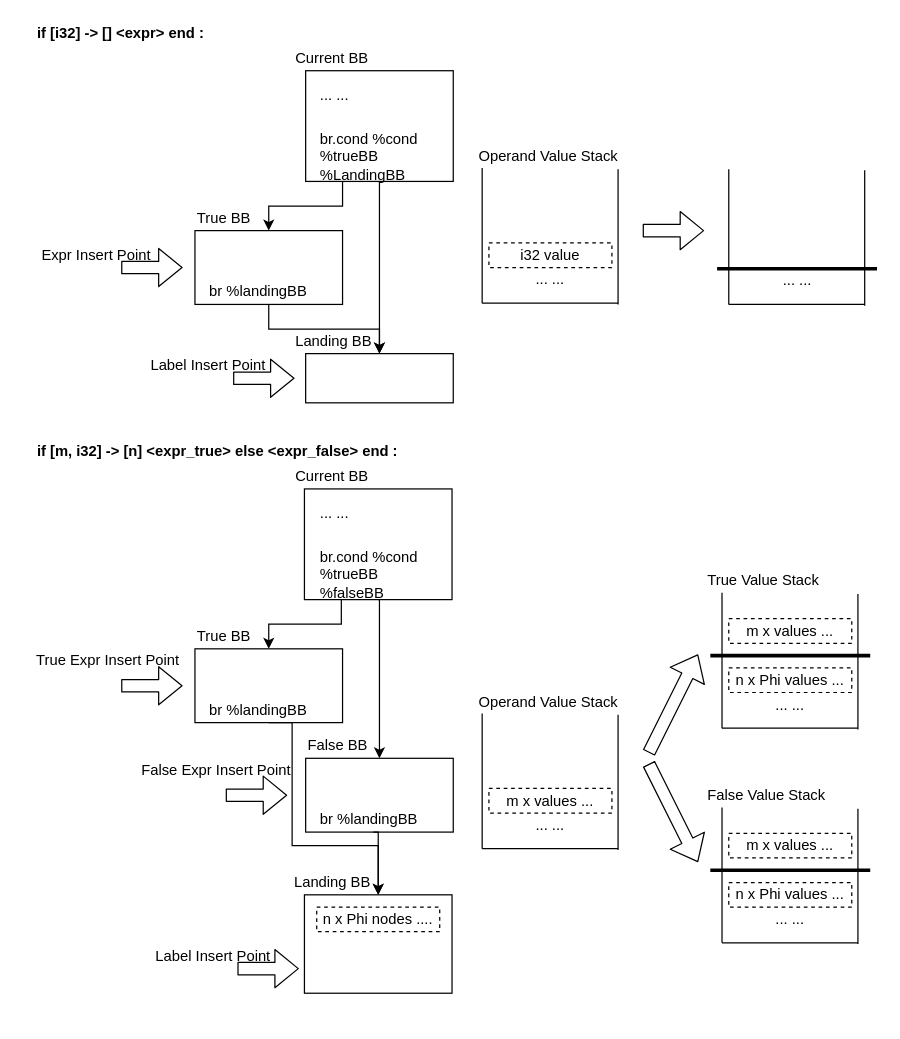
This is Images/4.MIR/translate-if.drawio from NineKa/sable-wasm-thesis, a draw.io file, before an edit. Source tidied: cells renumbered, new cells numbered last; positions are measured from the earlier drawing's top-left corner, leaving out a move shared by most shapes. Both pictures are drawn from the tidied source at 123%, with x=0, y=0 at pixel (34, 21).
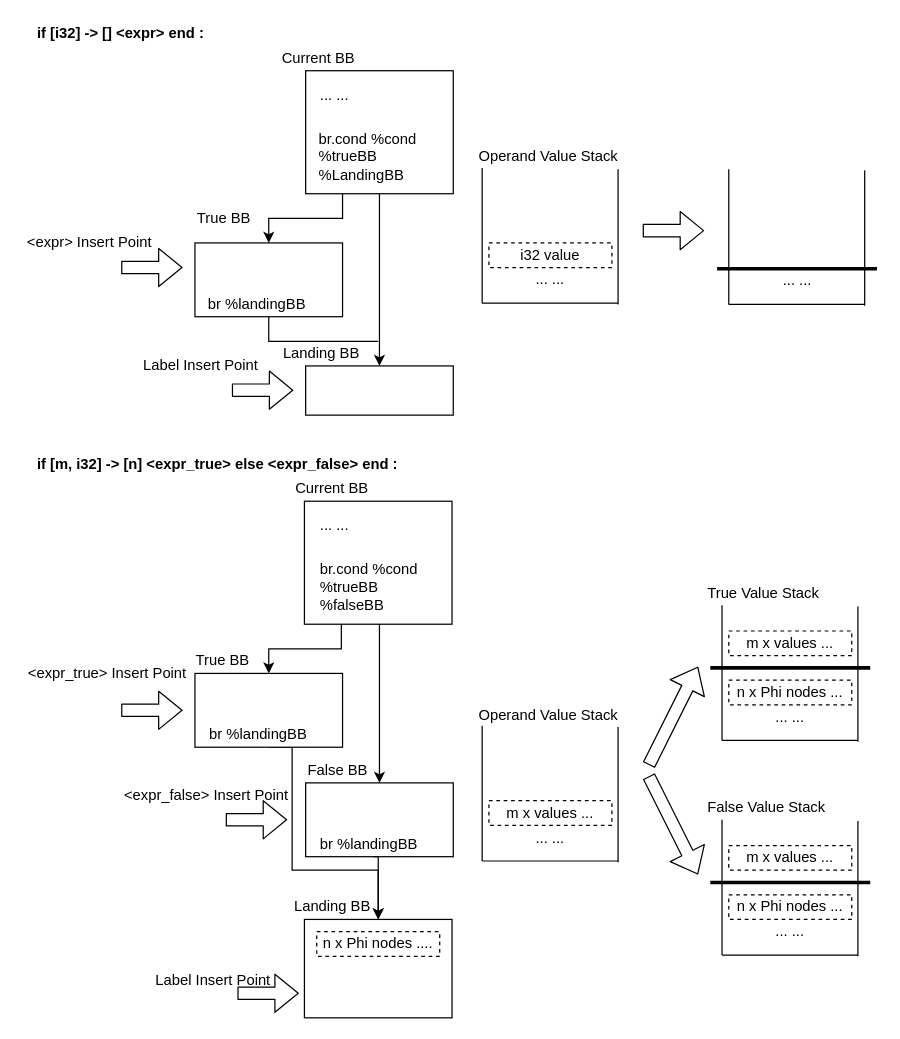
The same page after the edit.

Diff of the diagram source:
```diff
@@
     <mxCell id="4" style="rounded=0;whiteSpace=wrap;html=1;align=left;" parent="1" vertex="1">
-      <mxGeometry x="220" y="40" width="120" height="90" as="geometry" />
+      <mxGeometry x="220" y="40" width="120" height="100" as="geometry" />
     </mxCell>
     <mxCell id="5" value="&lt;div align=&quot;left&quot;&gt;Current BB&lt;/div&gt;" style="text;html=1;strokeColor=none;fillColor=none;align=left;verticalAlign=middle;whiteSpace=wrap;rounded=0;" parent="1" vertex="1">
-      <mxGeometry x="210" y="20" width="120" height="20" as="geometry" />
+      <mxGeometry x="199" y="20" width="120" height="20" as="geometry" />
     </mxCell>
@@
     <mxCell id="7" style="rounded=0;whiteSpace=wrap;html=1;align=left;" parent="1" vertex="1">
-      <mxGeometry x="220" y="270" width="120" height="40" as="geometry" />
+      <mxGeometry x="220" y="280" width="120" height="40" as="geometry" />
     </mxCell>
     <mxCell id="8" value="&lt;div align=&quot;left&quot;&gt;Landing BB&lt;br&gt;&lt;/div&gt;" style="text;html=1;strokeColor=none;fillColor=none;align=left;verticalAlign=middle;whiteSpace=wrap;rounded=0;" parent="1" vertex="1">
-      <mxGeometry x="210" y="250" width="120" height="20" as="geometry" />
+      <mxGeometry x="200" y="260" width="120" height="20" as="geometry" />
     </mxCell>
     <mxCell id="9" style="shape=flexArrow;endArrow=classic;html=1;" parent="1" edge="1">
       <mxGeometry relative="1" as="geometry">
-        <mxPoint x="161" y="290" as="sourcePoint" />
-        <mxPoint x="211" y="290" as="targetPoint" />
+        <mxPoint x="160" y="299.7" as="sourcePoint" />
+        <mxPoint x="210" y="299.7" as="targetPoint" />
       </mxGeometry>
     </mxCell>
     <mxCell id="10" value="Label Insert Point" style="text;html=1;strokeColor=none;fillColor=none;align=center;verticalAlign=middle;whiteSpace=wrap;rounded=0;dashed=1;" parent="1" vertex="1">
-      <mxGeometry x="91" y="270" width="100" height="20" as="geometry" />
+      <mxGeometry x="85" y="270" width="100" height="20" as="geometry" />
     </mxCell>
@@
     <mxCell id="24" value="&lt;div&gt;br.cond %cond&lt;br&gt;&lt;/div&gt;&lt;div&gt;%trueBB&lt;br&gt;&lt;/div&gt;&lt;div&gt;%LandingBB&lt;/div&gt;" style="text;html=1;strokeColor=none;fillColor=none;align=left;verticalAlign=middle;whiteSpace=wrap;rounded=0;dashed=1;" parent="1" vertex="1">
-      <mxGeometry x="230" y="100" width="90" height="20" as="geometry" />
+      <mxGeometry x="229" y="100" width="90" height="20" as="geometry" />
     </mxCell>
-    <mxCell id="25" style="edgeStyle=orthogonalEdgeStyle;rounded=0;jettySize=auto;html=1;exitX=0.5;exitY=1;exitDx=0;exitDy=0;" parent="1" edge="1" source="26" target="7">
-      <mxGeometry relative="1" as="geometry" />
-    </mxCell>
+    <mxCell id="79" style="edgeStyle=orthogonalEdgeStyle;rounded=0;jettySize=auto;html=1;exitX=0.5;exitY=1;exitDx=0;exitDy=0;endArrow=none;endFill=0;" parent="1" edge="1" source="26">
+      <mxGeometry relative="1" as="geometry">
+        <mxPoint x="279" y="260" as="targetPoint" />
+        <Array as="points">
+          <mxPoint x="190" y="260" />
+        </Array>
+      </mxGeometry>
+    </mxCell>
     <mxCell id="26" style="rounded=0;whiteSpace=wrap;html=1;align=left;" parent="1" vertex="1">
-      <mxGeometry x="130" y="170" width="120" height="60" as="geometry" />
+      <mxGeometry x="130" y="180" width="120" height="60" as="geometry" />
     </mxCell>
@@
-    <mxCell id="29" value="Expr Insert Point" style="text;html=1;strokeColor=none;fillColor=none;align=center;verticalAlign=middle;whiteSpace=wrap;rounded=0;dashed=1;" parent="1" vertex="1">
-      <mxGeometry y="180" width="100" height="20" as="geometry" />
+    <mxCell id="29" value="&amp;lt;expr&amp;gt; Insert Point" style="text;html=1;strokeColor=none;fillColor=none;align=center;verticalAlign=middle;whiteSpace=wrap;rounded=0;dashed=1;" parent="1" vertex="1">
+      <mxGeometry x="-11" y="170" width="111" height="20" as="geometry" />
     </mxCell>
@@
     <mxCell id="31" style="edgeStyle=orthogonalEdgeStyle;rounded=0;jettySize=auto;html=1;exitX=0.5;exitY=1;exitDx=0;exitDy=0;entryX=0.5;entryY=1;entryDx=0;entryDy=0;" parent="1" edge="1" source="32" target="50">
       <mxGeometry relative="1" as="geometry">
         <Array as="points">
-          <mxPoint x="280" y="470" />
+          <mxPoint x="280" y="480" />
         </Array>
       </mxGeometry>
     </mxCell>
     <mxCell id="32" style="rounded=0;whiteSpace=wrap;html=1;align=left;" parent="1" vertex="1">
-      <mxGeometry x="219" y="380" width="120" height="90" as="geometry" />
+      <mxGeometry x="219" y="390" width="120" height="100" as="geometry" />
     </mxCell>
     <mxCell id="33" value="&lt;div align=&quot;left&quot;&gt;Current BB&lt;/div&gt;" style="text;html=1;strokeColor=none;fillColor=none;align=left;verticalAlign=middle;whiteSpace=wrap;rounded=0;" parent="1" vertex="1">
-      <mxGeometry x="210" y="360" width="120" height="20" as="geometry" />
+      <mxGeometry x="210" y="370" width="120" height="20" as="geometry" />
     </mxCell>
     <mxCell id="34" value="&lt;div align=&quot;left&quot;&gt;... ...&lt;br&gt;&lt;/div&gt;" style="text;html=1;strokeColor=none;fillColor=none;align=left;verticalAlign=middle;whiteSpace=wrap;rounded=0;dashed=1;" parent="1" vertex="1">
-      <mxGeometry x="230" y="390" width="90" height="20" as="geometry" />
+      <mxGeometry x="230" y="400" width="90" height="20" as="geometry" />
     </mxCell>
     <mxCell id="35" style="rounded=0;whiteSpace=wrap;html=1;align=left;" parent="1" vertex="1">
-      <mxGeometry x="219" y="710" width="120" height="80" as="geometry" />
+      <mxGeometry x="219" y="730" width="120" height="80" as="geometry" />
     </mxCell>
     <mxCell id="36" value="&lt;div align=&quot;left&quot;&gt;Landing BB&lt;br&gt;&lt;/div&gt;" style="text;html=1;strokeColor=none;fillColor=none;align=left;verticalAlign=middle;whiteSpace=wrap;rounded=0;" parent="1" vertex="1">
-      <mxGeometry x="209" y="690" width="120" height="20" as="geometry" />
+      <mxGeometry x="209" y="710" width="120" height="20" as="geometry" />
     </mxCell>
     <mxCell id="37" style="shape=flexArrow;endArrow=classic;html=1;" parent="1" edge="1">
       <mxGeometry relative="1" as="geometry">
-        <mxPoint x="164.5" y="770" as="sourcePoint" />
-        <mxPoint x="214.5" y="770" as="targetPoint" />
+        <mxPoint x="164.5" y="790" as="sourcePoint" />
+        <mxPoint x="214.5" y="790" as="targetPoint" />
       </mxGeometry>
     </mxCell>
     <mxCell id="38" value="Label Insert Point" style="text;html=1;strokeColor=none;fillColor=none;align=center;verticalAlign=middle;whiteSpace=wrap;rounded=0;dashed=1;" parent="1" vertex="1">
-      <mxGeometry x="94.5" y="750" width="100" height="20" as="geometry" />
+      <mxGeometry x="94.5" y="770" width="100" height="20" as="geometry" />
     </mxCell>
     <mxCell id="39" value="&lt;div align=&quot;left&quot;&gt;&lt;b&gt;if [m, i32] -&amp;gt; [n] &amp;lt;expr_true&amp;gt; else &amp;lt;expr_false&amp;gt; end :&lt;br&gt;&lt;/b&gt;&lt;/div&gt;" style="text;html=1;strokeColor=none;fillColor=none;align=left;verticalAlign=middle;whiteSpace=wrap;rounded=0;dashed=1;" parent="1" vertex="1">
-      <mxGeometry y="340" width="309" height="20" as="geometry" />
+      <mxGeometry y="350" width="309" height="20" as="geometry" />
     </mxCell>
     <mxCell id="40" value="&lt;div&gt;br.cond %cond&lt;br&gt;&lt;/div&gt;&lt;div&gt;%trueBB&lt;br&gt;&lt;/div&gt;&lt;div&gt;%falseBB&lt;/div&gt;" style="text;html=1;strokeColor=none;fillColor=none;align=left;verticalAlign=middle;whiteSpace=wrap;rounded=0;dashed=1;" parent="1" vertex="1">
-      <mxGeometry x="230" y="440" width="90" height="20" as="geometry" />
+      <mxGeometry x="230" y="450" width="90" height="20" as="geometry" />
     </mxCell>
     <mxCell id="41" style="edgeStyle=orthogonalEdgeStyle;rounded=0;jettySize=auto;html=1;exitX=0.5;exitY=1;exitDx=0;exitDy=0;" parent="1" edge="1" source="42" target="35">
       <mxGeometry relative="1" as="geometry">
         <Array as="points">
-          <mxPoint x="209" y="570" />
-          <mxPoint x="209" y="670" />
-          <mxPoint x="279" y="670" />
+          <mxPoint x="209" y="590" />
+          <mxPoint x="209" y="690" />
+          <mxPoint x="279" y="690" />
         </Array>
       </mxGeometry>
     </mxCell>
     <mxCell id="42" style="rounded=0;whiteSpace=wrap;html=1;align=left;" parent="1" vertex="1">
-      <mxGeometry x="130" y="510" width="120" height="60" as="geometry" />
+      <mxGeometry x="130" y="530" width="120" height="60" as="geometry" />
     </mxCell>
     <mxCell id="43" value="True BB" style="text;html=1;strokeColor=none;fillColor=none;align=left;verticalAlign=middle;whiteSpace=wrap;rounded=0;" parent="1" vertex="1">
-      <mxGeometry x="130" y="490" width="120" height="20" as="geometry" />
+      <mxGeometry x="129" y="510" width="120" height="20" as="geometry" />
     </mxCell>
     <mxCell id="44" style="shape=flexArrow;endArrow=classic;html=1;" parent="1" edge="1">
       <mxGeometry relative="1" as="geometry">
-        <mxPoint x="70" y="540" as="sourcePoint" />
-        <mxPoint x="120" y="540" as="targetPoint" />
+        <mxPoint x="70" y="560" as="sourcePoint" />
+        <mxPoint x="120" y="560" as="targetPoint" />
       </mxGeometry>
     </mxCell>
-    <mxCell id="45" value="True Expr Insert Point" style="text;html=1;strokeColor=none;fillColor=none;align=center;verticalAlign=middle;whiteSpace=wrap;rounded=0;dashed=1;" parent="1" vertex="1">
-      <mxGeometry y="510" width="119" height="20" as="geometry" />
+    <mxCell id="45" value="&amp;lt;expr_true&amp;gt; Insert Point" style="text;html=1;strokeColor=none;fillColor=none;align=center;verticalAlign=middle;whiteSpace=wrap;rounded=0;dashed=1;" parent="1" vertex="1">
+      <mxGeometry x="-11" y="520" width="140" height="20" as="geometry" />
     </mxCell>
     <mxCell id="46" value="n x Phi nodes ...." style="rounded=0;whiteSpace=wrap;html=1;dashed=1;align=center;" parent="1" vertex="1">
-      <mxGeometry x="229" y="720" width="100" height="20" as="geometry" />
+      <mxGeometry x="229" y="740" width="100" height="20" as="geometry" />
     </mxCell>
     <mxCell id="47" value="br %landingBB" style="text;html=1;strokeColor=none;fillColor=none;align=left;verticalAlign=middle;whiteSpace=wrap;rounded=0;dashed=1;" parent="1" vertex="1">
-      <mxGeometry x="140" y="210" width="90" height="20" as="geometry" />
+      <mxGeometry x="139" y="220" width="90" height="20" as="geometry" />
     </mxCell>
     <mxCell id="48" value="br %landingBB" style="text;html=1;strokeColor=none;fillColor=none;align=left;verticalAlign=middle;whiteSpace=wrap;rounded=0;dashed=1;" parent="1" vertex="1">
-      <mxGeometry x="140" y="550" width="90" height="20" as="geometry" />
+      <mxGeometry x="140" y="570" width="90" height="20" as="geometry" />
     </mxCell>
     <mxCell id="49" style="rounded=0;whiteSpace=wrap;html=1;align=left;" parent="1" vertex="1">
-      <mxGeometry x="220" y="599" width="120" height="60" as="geometry" />
+      <mxGeometry x="220" y="619" width="120" height="60" as="geometry" />
     </mxCell>
     <mxCell id="50" value="False BB" style="text;html=1;strokeColor=none;fillColor=none;align=left;verticalAlign=middle;whiteSpace=wrap;rounded=0;" parent="1" vertex="1">
-      <mxGeometry x="220" y="579" width="120" height="20" as="geometry" />
+      <mxGeometry x="220" y="599" width="120" height="20" as="geometry" />
     </mxCell>
     <mxCell id="51" style="edgeStyle=orthogonalEdgeStyle;rounded=0;jettySize=auto;html=1;exitX=0.5;exitY=1;exitDx=0;exitDy=0;entryX=0.5;entryY=0;entryDx=0;entryDy=0;" parent="1" edge="1" source="52" target="35">
       <mxGeometry relative="1" as="geometry">
         <Array as="points">
-          <mxPoint x="279" y="659" />
+          <mxPoint x="279" y="679" />
         </Array>
       </mxGeometry>
     </mxCell>
     <mxCell id="52" value="br %landingBB" style="text;html=1;strokeColor=none;fillColor=none;align=left;verticalAlign=middle;whiteSpace=wrap;rounded=0;dashed=1;" parent="1" vertex="1">
-      <mxGeometry x="230" y="639" width="90" height="20" as="geometry" />
+      <mxGeometry x="230" y="659" width="90" height="20" as="geometry" />
     </mxCell>
     <mxCell id="53" style="shape=flexArrow;endArrow=classic;html=1;" parent="1" edge="1">
       <mxGeometry relative="1" as="geometry">
-        <mxPoint x="155" y="629" as="sourcePoint" />
-        <mxPoint x="205" y="629" as="targetPoint" />
+        <mxPoint x="155" y="649" as="sourcePoint" />
+        <mxPoint x="205" y="649" as="targetPoint" />
       </mxGeometry>
     </mxCell>
-    <mxCell id="54" value="False Expr Insert Point" style="text;html=1;strokeColor=none;fillColor=none;align=center;verticalAlign=middle;whiteSpace=wrap;rounded=0;dashed=1;" parent="1" vertex="1">
-      <mxGeometry x="85" y="599" width="125" height="20" as="geometry" />
+    <mxCell id="54" value="&amp;lt;expr_false&amp;gt; Insert Point" style="text;html=1;strokeColor=none;fillColor=none;align=center;verticalAlign=middle;whiteSpace=wrap;rounded=0;dashed=1;" parent="1" vertex="1">
+      <mxGeometry x="69" y="619" width="141" height="20" as="geometry" />
     </mxCell>
     <mxCell id="55" style="endArrow=none;html=1;" parent="1" edge="1">
       <mxGeometry relative="1" as="geometry">
-        <mxPoint x="363.5" y="672.5" as="sourcePoint" />
-        <mxPoint x="363.5" y="562.5" as="targetPoint" />
+        <mxPoint x="363.5" y="682.5" as="sourcePoint" />
+        <mxPoint x="363.5" y="572.5" as="targetPoint" />
       </mxGeometry>
     </mxCell>
     <mxCell id="56" style="endArrow=none;html=1;" parent="1" edge="1">
       <mxGeometry relative="1" as="geometry">
-        <mxPoint x="474" y="673.5" as="sourcePoint" />
-        <mxPoint x="474" y="563.5" as="targetPoint" />
+        <mxPoint x="474" y="683.5" as="sourcePoint" />
+        <mxPoint x="474" y="573.5" as="targetPoint" />
       </mxGeometry>
     </mxCell>
     <mxCell id="57" style="endArrow=none;html=1;" parent="1" edge="1">
       <mxGeometry relative="1" as="geometry">
-        <mxPoint x="363.5" y="672.5" as="sourcePoint" />
-        <mxPoint x="474" y="672.5" as="targetPoint" />
+        <mxPoint x="363.5" y="682.5" as="sourcePoint" />
+        <mxPoint x="474" y="682.5" as="targetPoint" />
       </mxGeometry>
     </mxCell>
     <mxCell id="58" value="Operand Value Stack" style="text;html=1;strokeColor=none;fillColor=none;align=left;verticalAlign=middle;whiteSpace=wrap;rounded=0;" parent="1" vertex="1">
-      <mxGeometry x="359" y="543.5" width="120" height="20" as="geometry" />
+      <mxGeometry x="359" y="553.5" width="120" height="20" as="geometry" />
     </mxCell>
     <mxCell id="59" value="&lt;div&gt;... ...&lt;br&gt;&lt;/div&gt;" style="text;html=1;strokeColor=none;fillColor=none;align=center;verticalAlign=middle;whiteSpace=wrap;rounded=0;dashed=1;" parent="1" vertex="1">
-      <mxGeometry x="374" y="643.5" width="90" height="20" as="geometry" />
+      <mxGeometry x="374" y="653.5" width="90" height="20" as="geometry" />
     </mxCell>
     <mxCell id="60" value="m x values ..." style="rounded=0;whiteSpace=wrap;html=1;dashed=1;align=center;" parent="1" vertex="1">
-      <mxGeometry x="369" y="623.5" width="100" height="20" as="geometry" />
+      <mxGeometry x="369" y="633.5" width="100" height="20" as="geometry" />
     </mxCell>
     <mxCell id="61" style="endArrow=none;html=1;" parent="1" edge="1">
       <mxGeometry relative="1" as="geometry">
-        <mxPoint x="558.5" y="574.5" as="sourcePoint" />
-        <mxPoint x="558.5" y="464.5" as="targetPoint" />
+        <mxPoint x="558.5" y="584.5" as="sourcePoint" />
+        <mxPoint x="558.5" y="474.5" as="targetPoint" />
       </mxGeometry>
     </mxCell>
     <mxCell id="62" style="endArrow=none;html=1;" parent="1" edge="1">
       <mxGeometry relative="1" as="geometry">
-        <mxPoint x="669" y="575.5" as="sourcePoint" />
-        <mxPoint x="669" y="465.5" as="targetPoint" />
+        <mxPoint x="669" y="585.5" as="sourcePoint" />
+        <mxPoint x="669" y="475.5" as="targetPoint" />
       </mxGeometry>
     </mxCell>
     <mxCell id="63" style="endArrow=none;html=1;" parent="1" edge="1">
       <mxGeometry relative="1" as="geometry">
-        <mxPoint x="558.5" y="574.5" as="sourcePoint" />
-        <mxPoint x="669" y="574.5" as="targetPoint" />
+        <mxPoint x="558.5" y="584.5" as="sourcePoint" />
+        <mxPoint x="669" y="584.5" as="targetPoint" />
       </mxGeometry>
     </mxCell>
     <mxCell id="64" value="&lt;div&gt;... ...&lt;br&gt;&lt;/div&gt;" style="text;html=1;strokeColor=none;fillColor=none;align=center;verticalAlign=middle;whiteSpace=wrap;rounded=0;dashed=1;" parent="1" vertex="1">
-      <mxGeometry x="569" y="545.5" width="90" height="20" as="geometry" />
+      <mxGeometry x="569" y="555.5" width="90" height="20" as="geometry" />
     </mxCell>
     <mxCell id="65" style="endArrow=none;html=1;strokeWidth=3;" parent="1" edge="1">
       <mxGeometry relative="1" as="geometry">
-        <mxPoint x="549" y="515.5" as="sourcePoint" />
-        <mxPoint x="679" y="515.5" as="targetPoint" />
+        <mxPoint x="549" y="525.5" as="sourcePoint" />
+        <mxPoint x="679" y="525.5" as="targetPoint" />
       </mxGeometry>
     </mxCell>
-    <mxCell id="66" value="n x Phi values ..." style="rounded=0;whiteSpace=wrap;html=1;dashed=1;align=center;" parent="1" vertex="1">
-      <mxGeometry x="564" y="525.5" width="100" height="20" as="geometry" />
+    <mxCell id="66" value="n x Phi nodes ..." style="rounded=0;whiteSpace=wrap;html=1;dashed=1;align=center;" parent="1" vertex="1">
+      <mxGeometry x="564" y="535.5" width="100" height="20" as="geometry" />
     </mxCell>
     <mxCell id="67" value="m x values ..." style="rounded=0;whiteSpace=wrap;html=1;dashed=1;align=center;" parent="1" vertex="1">
-      <mxGeometry x="564" y="485.5" width="100" height="20" as="geometry" />
+      <mxGeometry x="564" y="495.5" width="100" height="20" as="geometry" />
     </mxCell>
     <mxCell id="68" style="endArrow=none;html=1;" parent="1" edge="1">
       <mxGeometry relative="1" as="geometry">
-        <mxPoint x="558.5" y="749" as="sourcePoint" />
-        <mxPoint x="558.5" y="639" as="targetPoint" />
+        <mxPoint x="558.5" y="759" as="sourcePoint" />
+        <mxPoint x="558.5" y="649" as="targetPoint" />
       </mxGeometry>
     </mxCell>
     <mxCell id="69" style="endArrow=none;html=1;" parent="1" edge="1">
       <mxGeometry relative="1" as="geometry">
-        <mxPoint x="669" y="750" as="sourcePoint" />
-        <mxPoint x="669" y="640" as="targetPoint" />
+        <mxPoint x="669" y="760" as="sourcePoint" />
+        <mxPoint x="669" y="650" as="targetPoint" />
       </mxGeometry>
     </mxCell>
     <mxCell id="70" style="endArrow=none;html=1;" parent="1" edge="1">
       <mxGeometry relative="1" as="geometry">
-        <mxPoint x="558.5" y="749" as="sourcePoint" />
-        <mxPoint x="669" y="749" as="targetPoint" />
+        <mxPoint x="558.5" y="759" as="sourcePoint" />
+        <mxPoint x="669" y="759" as="targetPoint" />
       </mxGeometry>
     </mxCell>
     <mxCell id="71" value="&lt;div&gt;... ...&lt;br&gt;&lt;/div&gt;" style="text;html=1;strokeColor=none;fillColor=none;align=center;verticalAlign=middle;whiteSpace=wrap;rounded=0;dashed=1;" parent="1" vertex="1">
-      <mxGeometry x="569" y="720" width="90" height="20" as="geometry" />
+      <mxGeometry x="569" y="730" width="90" height="20" as="geometry" />
     </mxCell>
     <mxCell id="72" style="endArrow=none;html=1;strokeWidth=3;" parent="1" edge="1">
       <mxGeometry relative="1" as="geometry">
-        <mxPoint x="549" y="690" as="sourcePoint" />
-        <mxPoint x="679" y="690" as="targetPoint" />
+        <mxPoint x="549" y="700" as="sourcePoint" />
+        <mxPoint x="679" y="700" as="targetPoint" />
       </mxGeometry>
     </mxCell>
-    <mxCell id="73" value="n x Phi values ..." style="rounded=0;whiteSpace=wrap;html=1;dashed=1;align=center;" parent="1" vertex="1">
-      <mxGeometry x="564" y="700" width="100" height="20" as="geometry" />
+    <mxCell id="73" value="n x Phi nodes ..." style="rounded=0;whiteSpace=wrap;html=1;dashed=1;align=center;" parent="1" vertex="1">
+      <mxGeometry x="564" y="710" width="100" height="20" as="geometry" />
     </mxCell>
     <mxCell id="74" value="m x values ..." style="rounded=0;whiteSpace=wrap;html=1;dashed=1;align=center;" parent="1" vertex="1">
-      <mxGeometry x="564" y="660" width="100" height="20" as="geometry" />
+      <mxGeometry x="564" y="670" width="100" height="20" as="geometry" />
     </mxCell>
     <mxCell id="75" value="True Value Stack" style="text;html=1;strokeColor=none;fillColor=none;align=left;verticalAlign=middle;whiteSpace=wrap;rounded=0;" parent="1" vertex="1">
-      <mxGeometry x="544.5" y="444.5" width="120" height="20" as="geometry" />
+      <mxGeometry x="544.5" y="454.5" width="120" height="20" as="geometry" />
     </mxCell>
     <mxCell id="76" value="False Value Stack" style="text;html=1;strokeColor=none;fillColor=none;align=left;verticalAlign=middle;whiteSpace=wrap;rounded=0;" parent="1" vertex="1">
-      <mxGeometry x="544.5" y="619" width="120" height="20" as="geometry" />
+      <mxGeometry x="544.5" y="629" width="120" height="20" as="geometry" />
     </mxCell>
     <mxCell id="77" style="shape=flexArrow;endArrow=classic;html=1;" parent="1" edge="1">
       <mxGeometry relative="1" as="geometry">
-        <mxPoint x="499" y="594.5" as="sourcePoint" />
-        <mxPoint x="539" y="514.5" as="targetPoint" />
+        <mxPoint x="499" y="604.5" as="sourcePoint" />
+        <mxPoint x="539" y="524.5" as="targetPoint" />
       </mxGeometry>
     </mxCell>
     <mxCell id="78" style="shape=flexArrow;endArrow=classic;html=1;" parent="1" edge="1">
       <mxGeometry relative="1" as="geometry">
-        <mxPoint x="499" y="603.5" as="sourcePoint" />
-        <mxPoint x="539" y="683.5" as="targetPoint" />
+        <mxPoint x="499" y="613.5" as="sourcePoint" />
+        <mxPoint x="539" y="693.5" as="targetPoint" />
       </mxGeometry>
     </mxCell>
```
